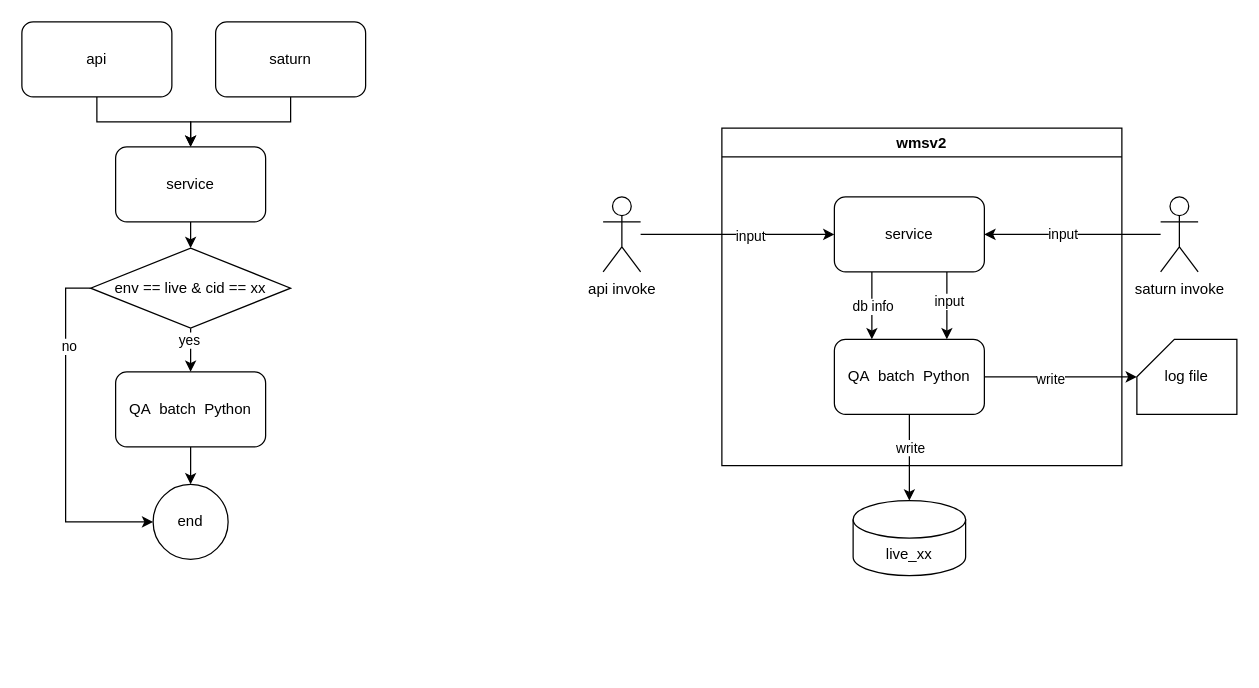
yindongjun/drawio-2 keeps this draw.io diagram as QA-batch-py.drawio. Above is the earlier version. Source tidied: cells renumbered, new cells numbered last; positions are measured from the earlier drawing's top-left corner, leaving out a move shared by most shapes. Both pictures are drawn from the tidied source at 125%, with x=0, y=0 at pixel (21, 21).
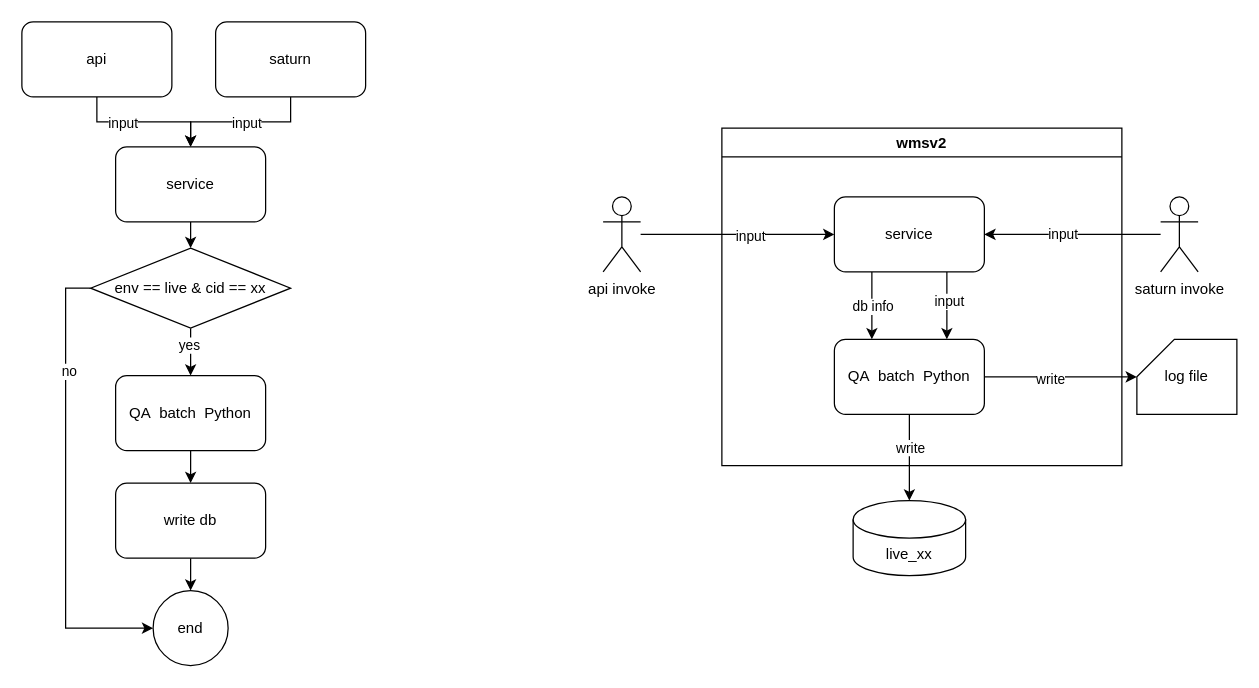
After the change.

The change refers to these unchanged cells:
```xml
<mxCell id="2" style="edgeStyle=orthogonalEdgeStyle;rounded=0;jettySize=auto;html=1;exitX=0.5;exitY=1;exitDx=0;exitDy=0;entryX=0.5;entryY=0;entryDx=0;entryDy=0;" parent="1" edge="1" source="3" target="7">
  <mxGeometry relative="1" as="geometry" />
</mxCell>
<mxCell id="4" style="edgeStyle=orthogonalEdgeStyle;rounded=0;jettySize=auto;html=1;entryX=0.5;entryY=0;entryDx=0;entryDy=0;" parent="1" edge="1" source="5" target="7">
  <mxGeometry relative="1" as="geometry" />
</mxCell>
<mxCell id="8" style="edgeStyle=orthogonalEdgeStyle;rounded=0;jettySize=auto;html=1;exitX=0.5;exitY=1;exitDx=0;exitDy=0;" parent="1" edge="1" source="12" target="14">
  <mxGeometry relative="1" as="geometry" />
</mxCell>
```

Change to the diagram source:
```diff
@@
+    <mxCell id="35" value="input" style="edgeLabel;html=1;align=center;verticalAlign=middle;" parent="2" vertex="1">
+      <mxGeometry x="-0.3" relative="1" as="geometry" />
+    </mxCell>
@@
+    <mxCell id="36" value="input" style="edgeLabel;html=1;align=center;verticalAlign=middle;" parent="4" vertex="1">
+      <mxGeometry x="-0.06" relative="1" as="geometry" />
+    </mxCell>
@@
     <mxCell id="9" value="yes" style="edgeLabel;html=1;align=center;verticalAlign=middle;" parent="8" vertex="1">
-      <mxGeometry x="-0.62" y="-2" relative="1" as="geometry" />
+      <mxGeometry x="-0.62" y="-2" relative="1" as="geometry">
+        <mxPoint y="5" as="offset" />
+      </mxGeometry>
     </mxCell>
@@
-    <mxCell id="13" style="edgeStyle=orthogonalEdgeStyle;rounded=0;jettySize=auto;html=1;exitX=0.5;exitY=1;exitDx=0;exitDy=0;entryX=0.5;entryY=0;entryDx=0;entryDy=0;" parent="1" edge="1" source="14" target="15">
-      <mxGeometry relative="1" as="geometry" />
-    </mxCell>
+    <mxCell id="37" style="edgeStyle=orthogonalEdgeStyle;rounded=0;jettySize=auto;html=1;" parent="1" edge="1" source="14" target="39">
+      <mxGeometry relative="1" as="geometry" />
+    </mxCell>
     <mxCell id="14" value="QA&amp;nbsp; batch&amp;nbsp; Python" style="rounded=1;whiteSpace=wrap;html=1;" parent="1" vertex="1">
-      <mxGeometry x="75" y="280" width="120" height="60" as="geometry" />
+      <mxGeometry x="75" y="283" width="120" height="60" as="geometry" />
     </mxCell>
     <mxCell id="15" value="end" style="ellipse;whiteSpace=wrap;html=1;" parent="1" vertex="1">
-      <mxGeometry x="105" y="370" width="60" height="60" as="geometry" />
+      <mxGeometry x="105" y="455" width="60" height="60" as="geometry" />
     </mxCell>
@@
+    <mxCell id="38" style="edgeStyle=orthogonalEdgeStyle;rounded=0;jettySize=auto;html=1;" parent="1" edge="1" source="39" target="15">
+      <mxGeometry relative="1" as="geometry" />
+    </mxCell>
+    <mxCell id="39" value="write db" style="rounded=1;whiteSpace=wrap;html=1;" parent="1" vertex="1">
+      <mxGeometry x="75" y="369" width="120" height="60" as="geometry" />
+    </mxCell>
```
